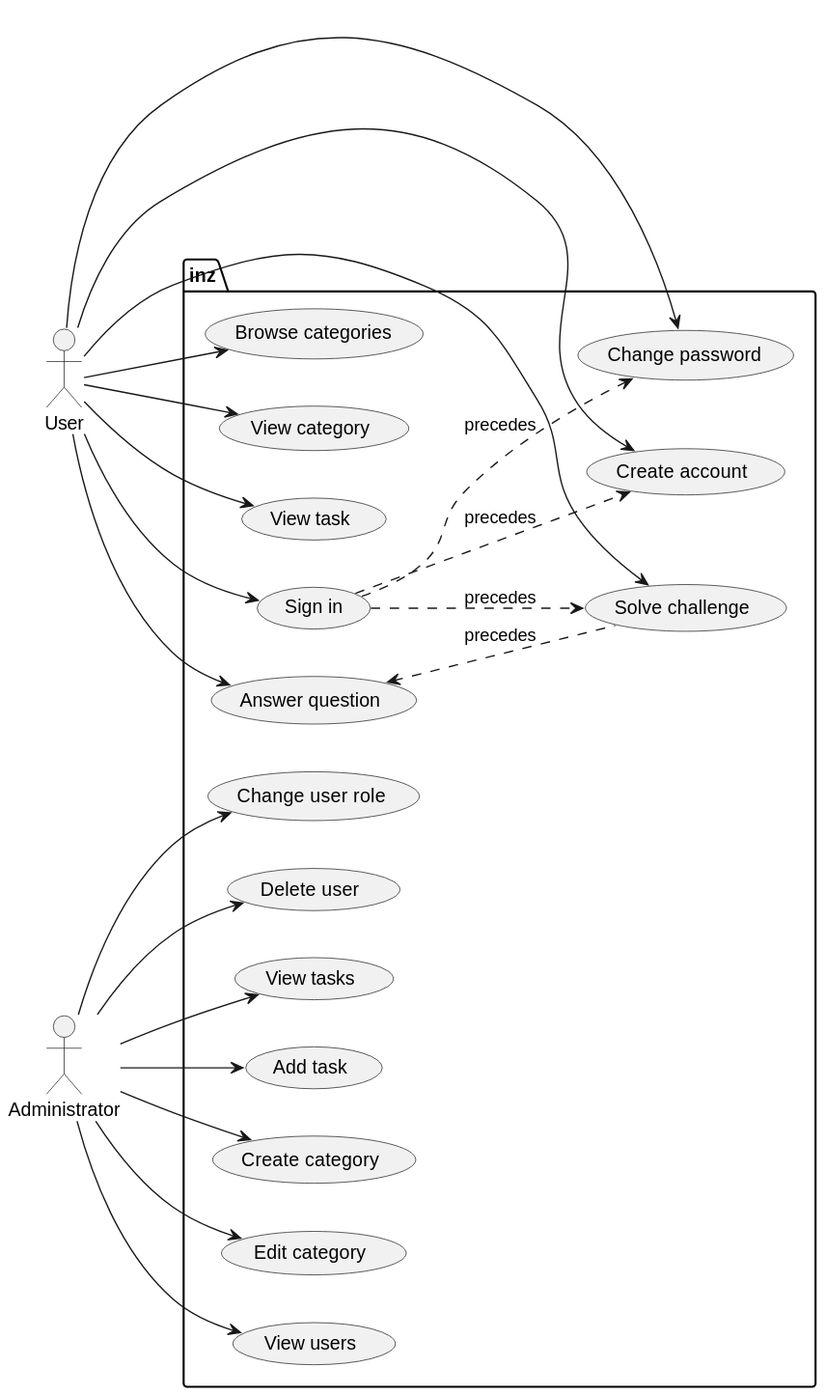
Earlier version of the PlantUML export uml/render/usecase.svg (krzysdz/inz-doc).
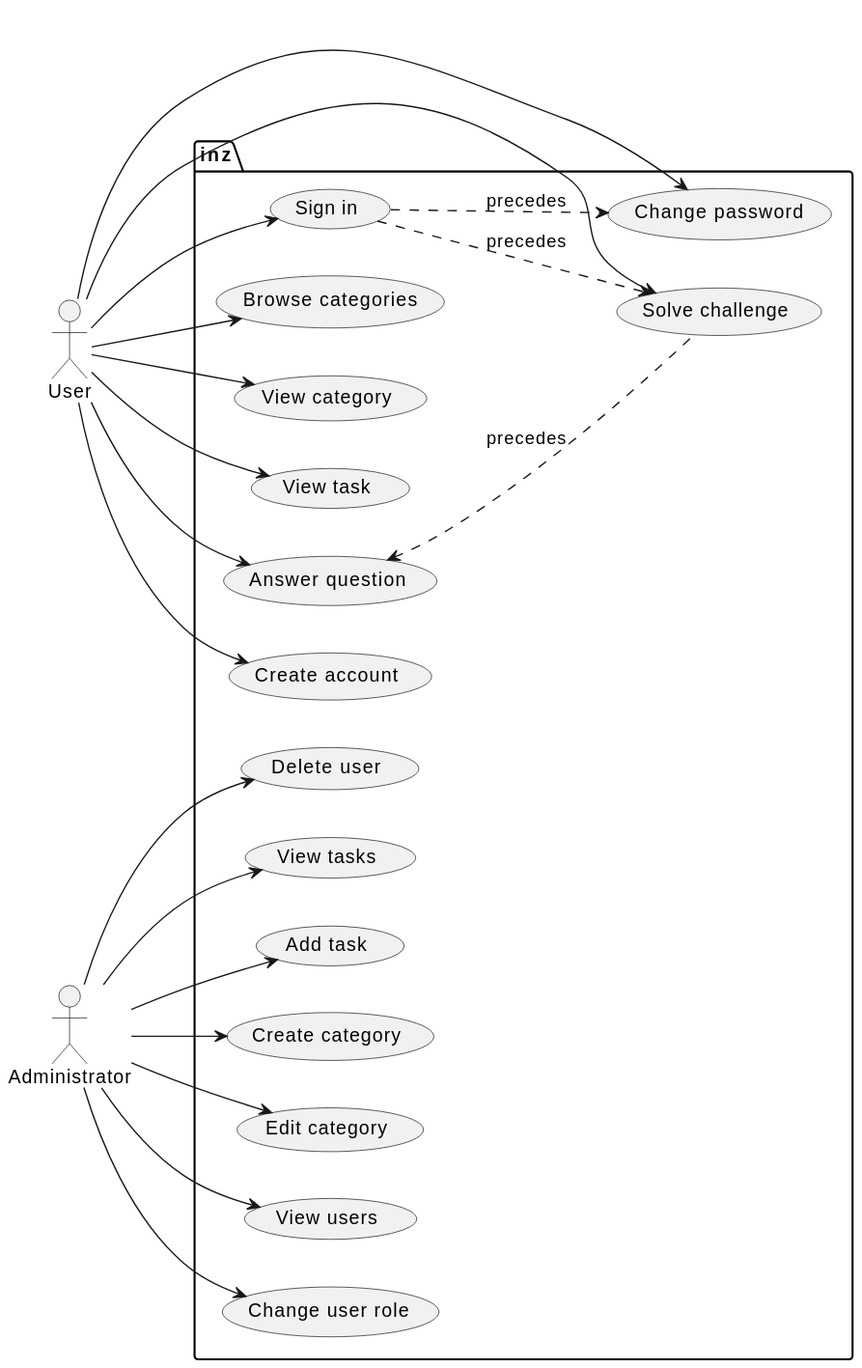
After the commit.

What changed in the source:
```diff
@@ -32,7 +32,6 @@
 u --> solve_challenge
 u --> answer
 
-sign_in .-> register : precedes
 sign_in .-> chg_pass : precedes
 sign_in .-> solve_challenge : precedes
 answer <-. solve_challenge : precedes
```
